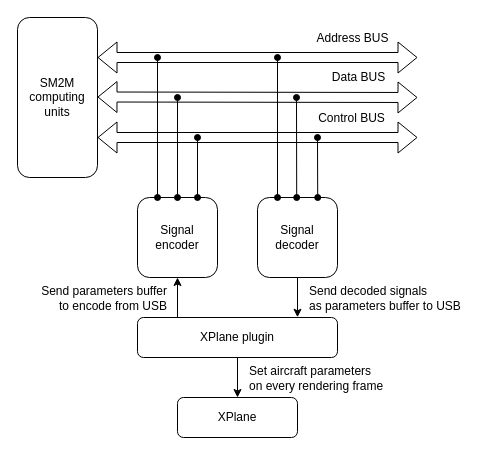
Before: sm2xpl/design.drawio in artemkorobko/an26sim, a draw.io diagram. Source tidied: cells renumbered, new cells numbered last; positions are measured from the earlier drawing's top-left corner, leaving out a move shared by most shapes. Both pictures are drawn from the tidied source at 100%, with x=0, y=0 at pixel (17, 17).
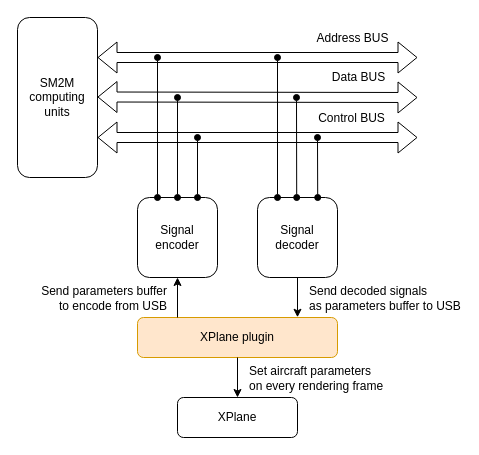
After the change.

Commit message (it also covers changes not shown here):
Update architecture design

Change to the diagram source:
```diff
@@
-    <mxCell id="8" value="XPlane plugin" style="rounded=1;whiteSpace=wrap;html=1;fontSize=12;labelBackgroundColor=none;" parent="1" vertex="1">
+    <mxCell id="8" value="XPlane plugin" style="rounded=1;whiteSpace=wrap;html=1;fontSize=12;labelBackgroundColor=none;fillColor=#ffe6cc;strokeColor=#d79b00;" parent="1" vertex="1">
       <mxGeometry x="120" y="300" width="200" height="40" as="geometry" />
     </mxCell>
```
